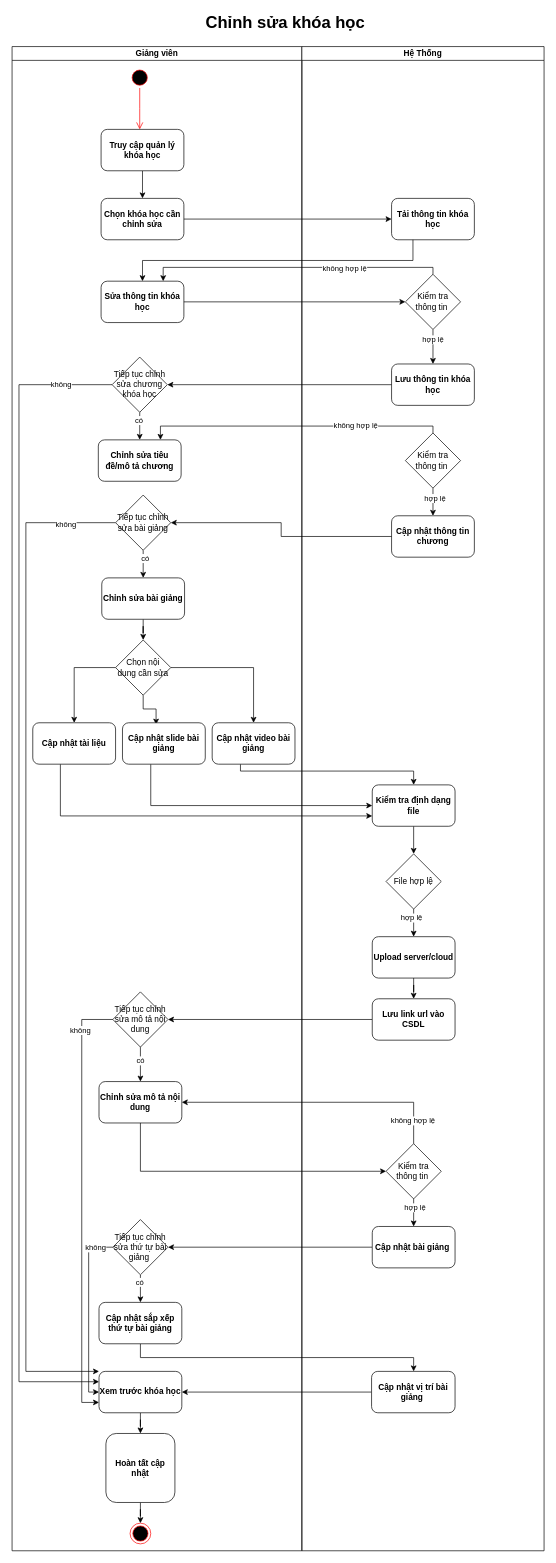
Earlier version of the draw.io diagram document/ActivityDiagram/UpdateCourse-Activity.drawio (toniiplaycode/DNC-Learning). Source tidied: cells renumbered, new cells numbered last; positions are measured from the earlier drawing's top-left corner, leaving out a move shared by most shapes. Both pictures are drawn from the tidied source at 69%, with x=0, y=0 at pixel (12, 12).
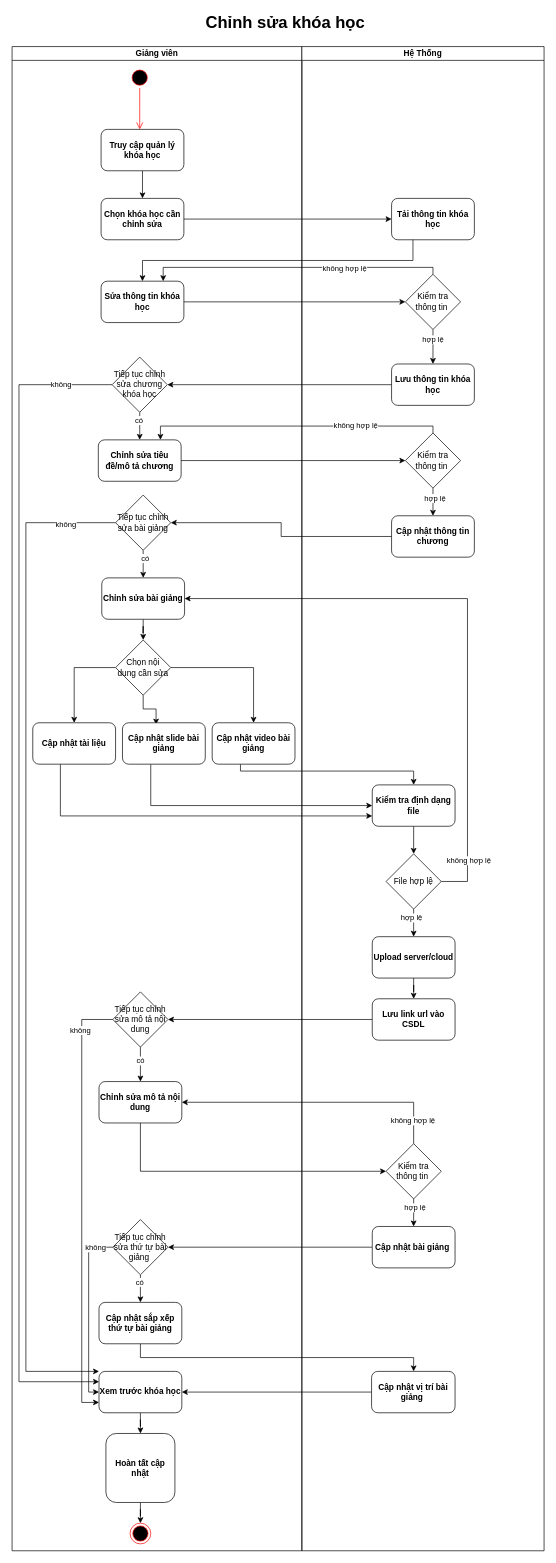
The same page after the edit.

Unchanged cells that the change refers to:
```xml
<mxCell id="2" value="Giảng viên" style="swimlane;startSize=20;whiteSpace=wrap;html=1;fontStyle=1;" parent="1" vertex="1">
  <mxGeometry y="50" width="420" height="2180" as="geometry" />
</mxCell>
<mxCell id="8" value="Chỉnh sửa bài giảng" style="rounded=1;whiteSpace=wrap;html=1;fontStyle=1;" parent="2" vertex="1">
  <mxGeometry x="130" y="770" width="120" height="60" as="geometry" />
</mxCell>
<mxCell id="46" value="File hợp lệ" style="rhombus;whiteSpace=wrap;html=1;" parent="2" vertex="1">
  <mxGeometry x="542" y="1170" width="80" height="80" as="geometry" />
</mxCell>
<mxCell id="55" value="Chỉnh sửa tiêu đề/mô tả chương" style="rounded=1;whiteSpace=wrap;html=1;fontStyle=1;" parent="2" vertex="1">
  <mxGeometry x="125" y="570" width="120" height="60" as="geometry" />
</mxCell>
<mxCell id="69" value="Kiểm tra thông tin&amp;nbsp;" style="rhombus;whiteSpace=wrap;html=1;" parent="61" vertex="1">
  <mxGeometry x="150" y="560" width="80" height="80" as="geometry" />
</mxCell>
```

Diff of the diagram source:
```diff
@@
+    <mxCell id="89" style="edgeStyle=orthogonalEdgeStyle;rounded=0;jettySize=auto;html=1;entryX=1;entryY=0.5;entryDx=0;entryDy=0;" parent="2" edge="1" source="46" target="8">
+      <mxGeometry relative="1" as="geometry">
+        <Array as="points">
+          <mxPoint x="660" y="1210" />
+          <mxPoint x="660" y="800" />
+        </Array>
+      </mxGeometry>
+    </mxCell>
+    <mxCell id="90" value="không hợp lệ" style="edgeLabel;html=1;align=center;verticalAlign=middle;" parent="89" vertex="1">
+      <mxGeometry x="-0.84" y="-1" relative="1" as="geometry" />
+    </mxCell>
@@
+    <mxCell id="91" style="edgeStyle=orthogonalEdgeStyle;rounded=0;jettySize=auto;html=1;entryX=0;entryY=0.5;entryDx=0;entryDy=0;" parent="1" edge="1" source="55" target="69">
+      <mxGeometry relative="1" as="geometry" />
+    </mxCell>
```
